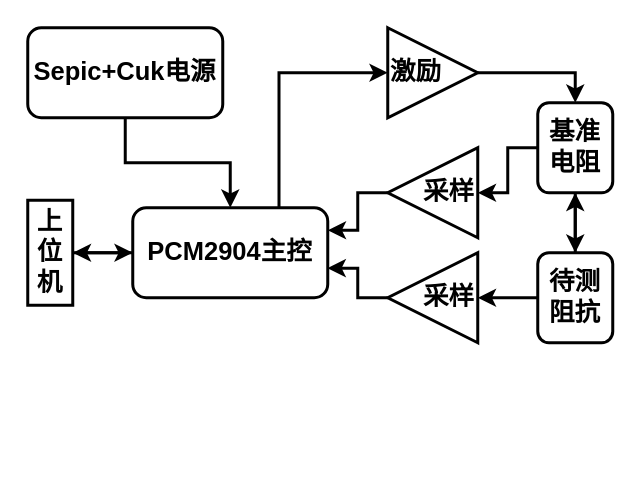
hecheng1-byte/PCM2904 keeps this draw.io diagram as PDF/Untitled Diagram.drawio. Above is the earlier version. Source tidied: cells renumbered, new cells numbered last; positions are measured from the earlier drawing's top-left corner, leaving out a move shared by most shapes. Both pictures are drawn from the tidied source at 150%, with x=0, y=0 at pixel (27, 27).
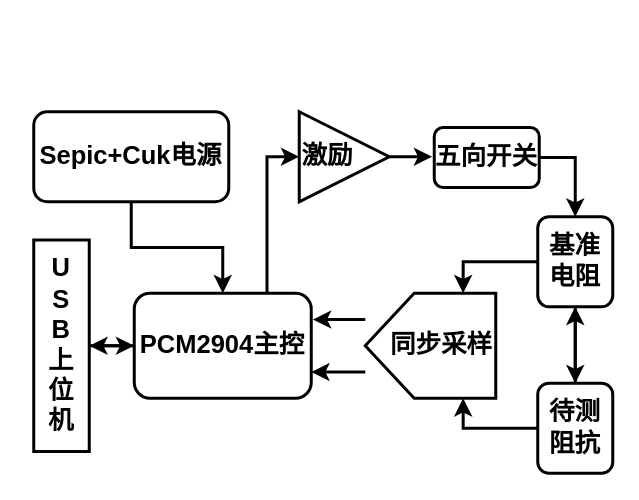
After the change.

Change to the diagram source:
```diff
@@
     <mxCell id="4" value="&lt;font style=&quot;font-size: 17px&quot;&gt;&lt;b&gt;PCM2904主控&lt;/b&gt;&lt;/font&gt;" style="rounded=1;whiteSpace=wrap;html=1;strokeWidth=2;" parent="1" vertex="1">
-      <mxGeometry x="70" y="120" width="130" height="60" as="geometry" />
+      <mxGeometry x="71" y="177" width="118" height="70" as="geometry" />
     </mxCell>
-    <mxCell id="5" style="edgeStyle=orthogonalEdgeStyle;rounded=0;jettySize=auto;html=1;entryX=0.5;entryY=0;entryDx=0;entryDy=0;strokeWidth=2;" parent="1" edge="1" source="6" target="4">
+    <mxCell id="5" style="edgeStyle=orthogonalEdgeStyle;rounded=0;jettySize=auto;html=1;strokeWidth=2;" parent="1" edge="1" source="6" target="4">
       <mxGeometry relative="1" as="geometry" />
     </mxCell>
     <mxCell id="6" value="&lt;b&gt;&lt;font style=&quot;font-size: 17px&quot;&gt;Sepic+Cuk电源&lt;/font&gt;&lt;/b&gt;" style="rounded=1;whiteSpace=wrap;html=1;strokeWidth=2;" parent="1" vertex="1">
-      <mxGeometry width="130" height="60" as="geometry" />
+      <mxGeometry x="4" y="56" width="130" height="60" as="geometry" />
     </mxCell>
-    <mxCell id="7" style="edgeStyle=orthogonalEdgeStyle;rounded=0;jettySize=auto;html=1;entryX=0.5;entryY=0;entryDx=0;entryDy=0;strokeWidth=2;" parent="1" edge="1" source="8" target="15">
-      <mxGeometry relative="1" as="geometry" />
-    </mxCell>
+    <mxCell id="21" style="edgeStyle=orthogonalEdgeStyle;rounded=0;jettySize=auto;html=1;exitX=1;exitY=0.5;exitDx=0;exitDy=0;strokeWidth=2;" parent="1" edge="1" source="8">
+      <mxGeometry relative="1" as="geometry">
+        <mxPoint x="269.6" y="86" as="targetPoint" />
+      </mxGeometry>
+    </mxCell>
     <mxCell id="8" value="&lt;div align=&quot;left&quot;&gt;&lt;b&gt;&lt;font style=&quot;font-size: 17px&quot;&gt;激励&lt;/font&gt;&lt;/b&gt;&lt;/div&gt;" style="triangle;whiteSpace=wrap;html=1;strokeWidth=2;align=left;" parent="1" vertex="1">
-      <mxGeometry x="240" width="60" height="60" as="geometry" />
+      <mxGeometry x="181" y="56" width="60" height="60" as="geometry" />
     </mxCell>
-    <mxCell id="9" style="edgeStyle=orthogonalEdgeStyle;rounded=0;jettySize=auto;html=1;entryX=1;entryY=0.25;entryDx=0;entryDy=0;strokeWidth=2;" parent="1" edge="1" source="10" target="4">
-      <mxGeometry relative="1" as="geometry" />
-    </mxCell>
-    <mxCell id="10" value="&lt;b&gt;&lt;font style=&quot;font-size: 17px&quot;&gt;采样&lt;/font&gt;&lt;/b&gt;" style="triangle;whiteSpace=wrap;html=1;strokeWidth=2;align=right;direction=west;" parent="1" vertex="1">
-      <mxGeometry x="240" y="80" width="60" height="60" as="geometry" />
-    </mxCell>
-    <mxCell id="11" style="edgeStyle=orthogonalEdgeStyle;rounded=0;jettySize=auto;html=1;entryX=0.999;entryY=0.671;entryDx=0;entryDy=0;entryPerimeter=0;strokeWidth=2;" parent="1" edge="1" source="12" target="4">
-      <mxGeometry relative="1" as="geometry" />
-    </mxCell>
-    <mxCell id="12" value="&lt;b&gt;&lt;font style=&quot;font-size: 17px&quot;&gt;采样&lt;/font&gt;&lt;/b&gt;" style="triangle;whiteSpace=wrap;html=1;strokeWidth=2;align=right;direction=west;" parent="1" vertex="1">
-      <mxGeometry x="240" y="150" width="60" height="60" as="geometry" />
-    </mxCell>
-    <mxCell id="13" style="edgeStyle=orthogonalEdgeStyle;rounded=0;jettySize=auto;html=1;entryX=0;entryY=0.5;entryDx=0;entryDy=0;strokeWidth=2;" parent="1" edge="1" source="15" target="10">
-      <mxGeometry relative="1" as="geometry" />
-    </mxCell>
@@
+    <mxCell id="22" style="edgeStyle=orthogonalEdgeStyle;rounded=0;jettySize=auto;html=1;entryX=0;entryY=0.25;entryDx=0;entryDy=0;strokeWidth=2;" parent="1" edge="1" source="15" target="27">
+      <mxGeometry relative="1" as="geometry" />
+    </mxCell>
     <mxCell id="15" value="&lt;b&gt;&lt;font style=&quot;font-size: 17px&quot;&gt;基准电阻&lt;/font&gt;&lt;/b&gt;" style="rounded=1;whiteSpace=wrap;html=1;strokeWidth=2;" parent="1" vertex="1">
-      <mxGeometry x="340" y="50" width="50" height="60" as="geometry" />
+      <mxGeometry x="340" y="126" width="50" height="60" as="geometry" />
     </mxCell>
@@
-    <mxCell id="17" style="edgeStyle=orthogonalEdgeStyle;rounded=0;jettySize=auto;html=1;entryX=0;entryY=0.5;entryDx=0;entryDy=0;strokeWidth=2;" parent="1" edge="1" source="18" target="12">
-      <mxGeometry relative="1" as="geometry" />
-    </mxCell>
+    <mxCell id="23" style="edgeStyle=orthogonalEdgeStyle;rounded=0;jettySize=auto;html=1;entryX=1;entryY=0.25;entryDx=0;entryDy=0;strokeWidth=2;" parent="1" edge="1" source="18" target="27">
+      <mxGeometry relative="1" as="geometry" />
+    </mxCell>
     <mxCell id="18" value="&lt;b&gt;&lt;font style=&quot;font-size: 17px&quot;&gt;待测阻抗&lt;/font&gt;&lt;/b&gt;" style="rounded=1;whiteSpace=wrap;html=1;strokeWidth=2;" parent="1" vertex="1">
-      <mxGeometry x="340" y="150" width="50" height="60" as="geometry" />
+      <mxGeometry x="340" y="237" width="50" height="60" as="geometry" />
     </mxCell>
-    <mxCell id="19" style="edgeStyle=orthogonalEdgeStyle;rounded=0;jettySize=auto;html=1;strokeWidth=2;" parent="1" edge="1" source="20">
-      <mxGeometry relative="1" as="geometry">
-        <mxPoint x="70" y="150" as="targetPoint" />
-      </mxGeometry>
-    </mxCell>
+    <mxCell id="24" style="edgeStyle=orthogonalEdgeStyle;rounded=0;jettySize=auto;html=1;entryX=0;entryY=0.5;entryDx=0;entryDy=0;strokeWidth=2;" parent="1" edge="1" source="20" target="4">
+      <mxGeometry relative="1" as="geometry" />
+    </mxCell>
-    <mxCell id="20" value="&lt;b&gt;&lt;font style=&quot;font-size: 17px&quot;&gt;上位机&lt;/font&gt;&lt;/b&gt;" style="rounded=0;whiteSpace=wrap;html=1;strokeWidth=2;" parent="1" vertex="1">
-      <mxGeometry y="115" width="30" height="70" as="geometry" />
+    <mxCell id="20" value="&lt;div&gt;&lt;b&gt;&lt;font style=&quot;font-size: 17px&quot;&gt;U&lt;/font&gt;&lt;/b&gt;&lt;/div&gt;&lt;div&gt;&lt;b&gt;&lt;font style=&quot;font-size: 17px&quot;&gt;S&lt;/font&gt;&lt;/b&gt;&lt;/div&gt;&lt;div&gt;&lt;b&gt;&lt;font style=&quot;font-size: 17px&quot;&gt;B&lt;/font&gt;&lt;/b&gt;&lt;/div&gt;&lt;div&gt;&lt;b&gt;&lt;font style=&quot;font-size: 17px&quot;&gt;上&lt;/font&gt;&lt;/b&gt;&lt;/div&gt;&lt;div&gt;&lt;b&gt;&lt;font style=&quot;font-size: 17px&quot;&gt;位&lt;/font&gt;&lt;/b&gt;&lt;/div&gt;&lt;div&gt;&lt;b&gt;&lt;font style=&quot;font-size: 17px&quot;&gt;机&lt;/font&gt;&lt;/b&gt;&lt;/div&gt;" style="rounded=0;whiteSpace=wrap;html=1;strokeWidth=2;" parent="1" vertex="1">
+      <mxGeometry x="4" y="141.5" width="37" height="141" as="geometry" />
     </mxCell>
+    <mxCell id="25" style="edgeStyle=orthogonalEdgeStyle;rounded=0;jettySize=auto;html=1;exitX=0.75;exitY=1;exitDx=0;exitDy=0;entryX=1;entryY=0.75;entryDx=0;entryDy=0;strokeWidth=2;" parent="1" edge="1" source="27" target="4">
+      <mxGeometry relative="1" as="geometry" />
+    </mxCell>
+    <mxCell id="26" style="edgeStyle=orthogonalEdgeStyle;rounded=0;jettySize=auto;html=1;exitX=0.25;exitY=1;exitDx=0;exitDy=0;strokeWidth=2;" parent="1" edge="1" source="27">
+      <mxGeometry relative="1" as="geometry">
+        <mxPoint x="190.1" y="194.6" as="targetPoint" />
+      </mxGeometry>
+    </mxCell>
+    <mxCell id="27" value="&lt;div align=&quot;right&quot;&gt;&lt;b&gt;&lt;font style=&quot;font-size: 17px&quot;&gt;同步采样&lt;/font&gt;&lt;/b&gt;&lt;/div&gt;" style="shape=offPageConnector;whiteSpace=wrap;html=1;strokeWidth=2;direction=south;align=right;" parent="1" vertex="1">
+      <mxGeometry x="225" y="177" width="87" height="70" as="geometry" />
+    </mxCell>
+    <mxCell id="28" style="edgeStyle=orthogonalEdgeStyle;rounded=0;jettySize=auto;html=1;strokeWidth=2;" parent="1" edge="1" source="29" target="15">
+      <mxGeometry relative="1" as="geometry">
+        <Array as="points">
+          <mxPoint x="365" y="87" />
+        </Array>
+      </mxGeometry>
+    </mxCell>
+    <mxCell id="29" value="&lt;b&gt;&lt;font style=&quot;font-size: 17px&quot;&gt;五向开关&lt;/font&gt;&lt;/b&gt;" style="rounded=1;whiteSpace=wrap;html=1;strokeWidth=2;" parent="1" vertex="1">
+      <mxGeometry x="271" y="66.5" width="70" height="40" as="geometry" />
+    </mxCell>
```
